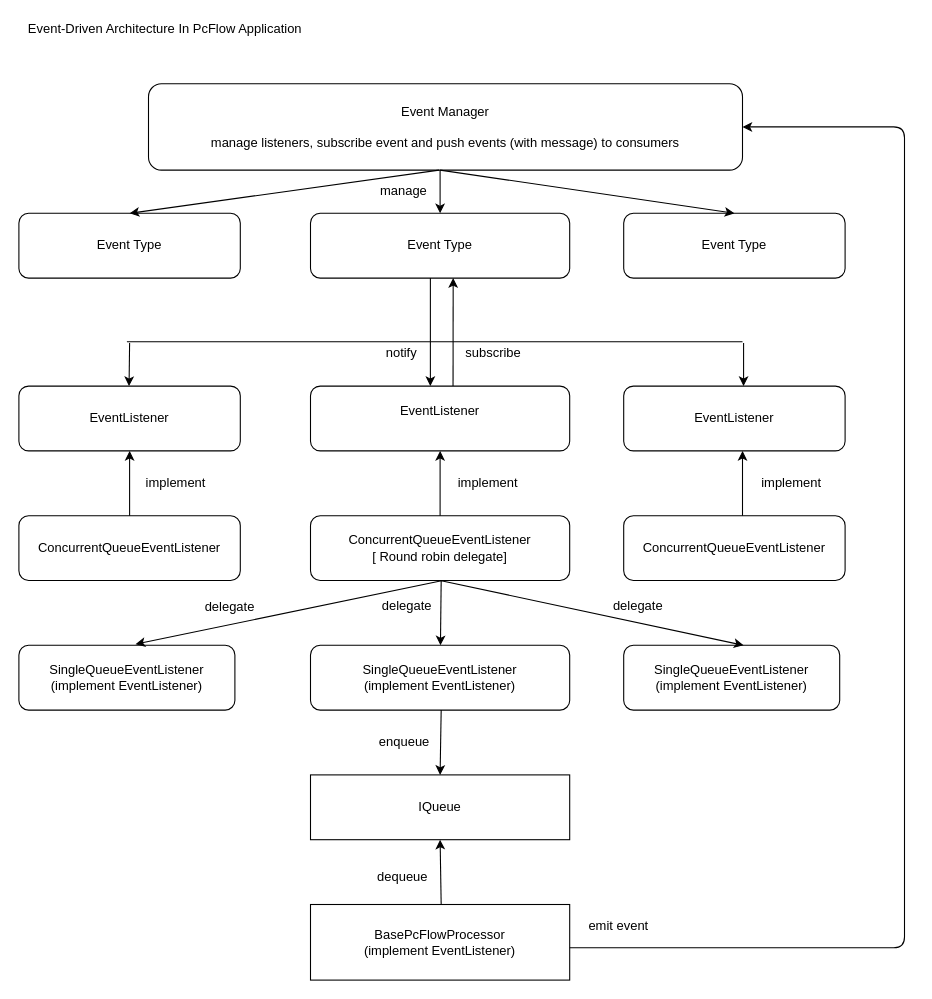
Above: pcFlow.drawio in ndhcoder/my-configs (draw.io), before the change. Source tidied: cells renumbered, new cells numbered last; positions are measured from the earlier drawing's top-left corner, leaving out a move shared by most shapes. Both pictures are drawn from the tidied source at 108%, with x=0, y=0 at pixel (18, 18).
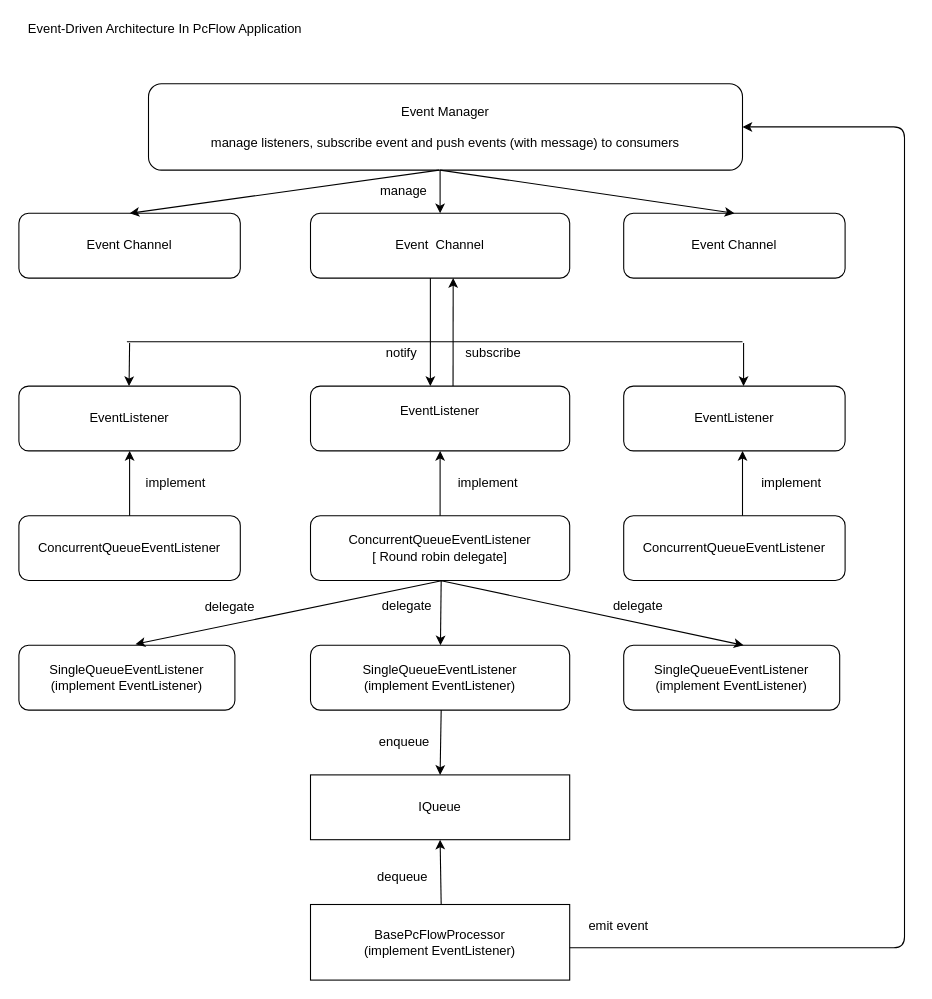
Above is the later version.

The edit, as a diff of the source:
```diff
@@
-    <mxCell id="2" value="Event Type" style="rounded=1;whiteSpace=wrap;html=1;" parent="1" vertex="1">
+    <mxCell id="2" value="Event Channel" style="rounded=1;whiteSpace=wrap;html=1;" parent="1" vertex="1">
       <mxGeometry y="180" width="205" height="60" as="geometry" />
     </mxCell>
@@
-    <mxCell id="35" value="Event Type" style="rounded=1;whiteSpace=wrap;html=1;" parent="1" vertex="1">
+    <mxCell id="35" value="Event&amp;nbsp; Channel" style="rounded=1;whiteSpace=wrap;html=1;" parent="1" vertex="1">
       <mxGeometry x="270" y="180" width="240" height="60" as="geometry" />
     </mxCell>
-    <mxCell id="36" value="Event Type" style="rounded=1;whiteSpace=wrap;html=1;" parent="1" vertex="1">
+    <mxCell id="36" value="Event Channel" style="rounded=1;whiteSpace=wrap;html=1;" parent="1" vertex="1">
       <mxGeometry x="560" y="180" width="205" height="60" as="geometry" />
     </mxCell>
```
